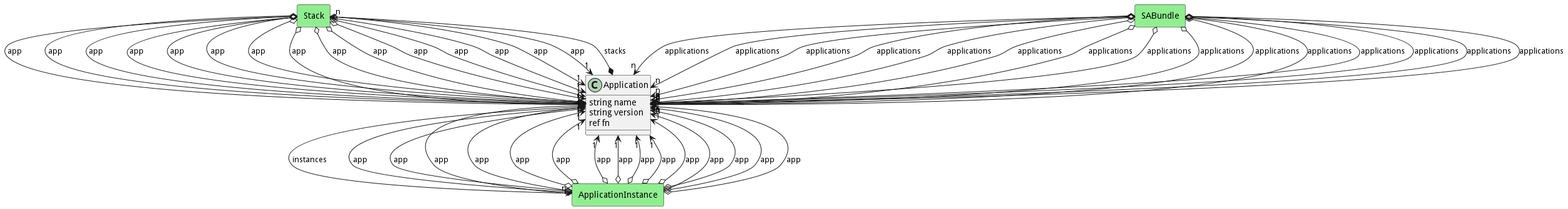
This is docs/sabr/aml/am/models/application/logical.png from madajaju/sabr, a PlantUML export, as it was before one commit.
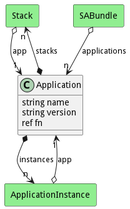
The same diagram one commit later.

The edit, as a diff of the source:
```diff
@@ -37,215 +37,5 @@
 
         SABundle   o--> "n" Model : "applications"
 
-    rectangle "ApplicationInstance" as ApplicationInstance #lightgreen {
-    }
-
-        ApplicationInstance   o--> "1" Model : "app"
-
-    rectangle "Stack" as Stack #lightgreen {
-    }
-
-        Stack   o--> "1" Model : "app"
-
-    rectangle "SABundle" as SABundle #lightgreen {
-    }
-
-        SABundle   o--> "n" Model : "applications"
-
-    rectangle "ApplicationInstance" as ApplicationInstance #lightgreen {
-    }
-
-        ApplicationInstance   o--> "1" Model : "app"
-
-    rectangle "Stack" as Stack #lightgreen {
-    }
-
-        Stack   o--> "1" Model : "app"
-
-    rectangle "SABundle" as SABundle #lightgreen {
-    }
-
-        SABundle   o--> "n" Model : "applications"
-
-    rectangle "ApplicationInstance" as ApplicationInstance #lightgreen {
-    }
-
-        ApplicationInstance   o--> "1" Model : "app"
-
-    rectangle "Stack" as Stack #lightgreen {
-    }
-
-        Stack   o--> "1" Model : "app"
-
-    rectangle "SABundle" as SABundle #lightgreen {
-    }
-
-        SABundle   o--> "n" Model : "applications"
-
-    rectangle "ApplicationInstance" as ApplicationInstance #lightgreen {
-    }
-
-        ApplicationInstance   o--> "1" Model : "app"
-
-    rectangle "Stack" as Stack #lightgreen {
-    }
-
-        Stack   o--> "1" Model : "app"
-
-    rectangle "SABundle" as SABundle #lightgreen {
-    }
-
-        SABundle   o--> "n" Model : "applications"
-
-    rectangle "ApplicationInstance" as ApplicationInstance #lightgreen {
-    }
-
-        ApplicationInstance   o--> "1" Model : "app"
-
-    rectangle "Stack" as Stack #lightgreen {
-    }
-
-        Stack   o--> "1" Model : "app"
-
-    rectangle "SABundle" as SABundle #lightgreen {
-    }
-
-        SABundle   o--> "n" Model : "applications"
-
-    rectangle "ApplicationInstance" as ApplicationInstance #lightgreen {
-    }
-
-        ApplicationInstance   o--> "1" Model : "app"
-
-    rectangle "Stack" as Stack #lightgreen {
-    }
-
-        Stack   o--> "1" Model : "app"
-
-    rectangle "SABundle" as SABundle #lightgreen {
-    }
-
-        SABundle   o--> "n" Model : "applications"
-
-    rectangle "ApplicationInstance" as ApplicationInstance #lightgreen {
-    }
-
-        ApplicationInstance   o--> "1" Model : "app"
-
-    rectangle "Stack" as Stack #lightgreen {
-    }
-
-        Stack   o--> "1" Model : "app"
-
-    rectangle "SABundle" as SABundle #lightgreen {
-    }
-
-        SABundle   o--> "n" Model : "applications"
-
-    rectangle "ApplicationInstance" as ApplicationInstance #lightgreen {
-    }
-
-        ApplicationInstance   o--> "1" Model : "app"
-
-    rectangle "Stack" as Stack #lightgreen {
-    }
-
-        Stack   o--> "1" Model : "app"
-
-    rectangle "SABundle" as SABundle #lightgreen {
-    }
-
-        SABundle   o--> "n" Model : "applications"
-
-    rectangle "ApplicationInstance" as ApplicationInstance #lightgreen {
-    }
-
-        ApplicationInstance   o--> "1" Model : "app"
-
-    rectangle "Stack" as Stack #lightgreen {
-    }
-
-        Stack   o--> "1" Model : "app"
-
-    rectangle "SABundle" as SABundle #lightgreen {
-    }
-
-        SABundle   o--> "n" Model : "applications"
-
-    rectangle "ApplicationInstance" as ApplicationInstance #lightgreen {
-    }
-
-        ApplicationInstance   o--> "1" Model : "app"
-
-    rectangle "Stack" as Stack #lightgreen {
-    }
-
-        Stack   o--> "1" Model : "app"
-
-    rectangle "SABundle" as SABundle #lightgreen {
-    }
-
-        SABundle   o--> "n" Model : "applications"
-
-    rectangle "ApplicationInstance" as ApplicationInstance #lightgreen {
-    }
-
-        ApplicationInstance   o--> "1" Model : "app"
-
-    rectangle "Stack" as Stack #lightgreen {
-    }
-
-        Stack   o--> "1" Model : "app"
-
-    rectangle "SABundle" as SABundle #lightgreen {
-    }
-
-        SABundle   o--> "n" Model : "applications"
-
-    rectangle "ApplicationInstance" as ApplicationInstance #lightgreen {
-    }
-
-        ApplicationInstance   o--> "1" Model : "app"
-
-    rectangle "Stack" as Stack #lightgreen {
-    }
-
-        Stack   o--> "1" Model : "app"
-
-    rectangle "SABundle" as SABundle #lightgreen {
-    }
-
-        SABundle   o--> "n" Model : "applications"
-
-    rectangle "ApplicationInstance" as ApplicationInstance #lightgreen {
-    }
-
-        ApplicationInstance   o--> "1" Model : "app"
-
-    rectangle "Stack" as Stack #lightgreen {
-    }
-
-        Stack   o--> "1" Model : "app"
-
-    rectangle "SABundle" as SABundle #lightgreen {
-    }
-
-        SABundle   o--> "n" Model : "applications"
-
-    rectangle "ApplicationInstance" as ApplicationInstance #lightgreen {
-    }
-
-        ApplicationInstance   o--> "1" Model : "app"
-
-    rectangle "Stack" as Stack #lightgreen {
-    }
-
-        Stack   o--> "1" Model : "app"
-
-    rectangle "SABundle" as SABundle #lightgreen {
-    }
-
-        SABundle   o--> "n" Model : "applications"
-
 
 @enduml
```
